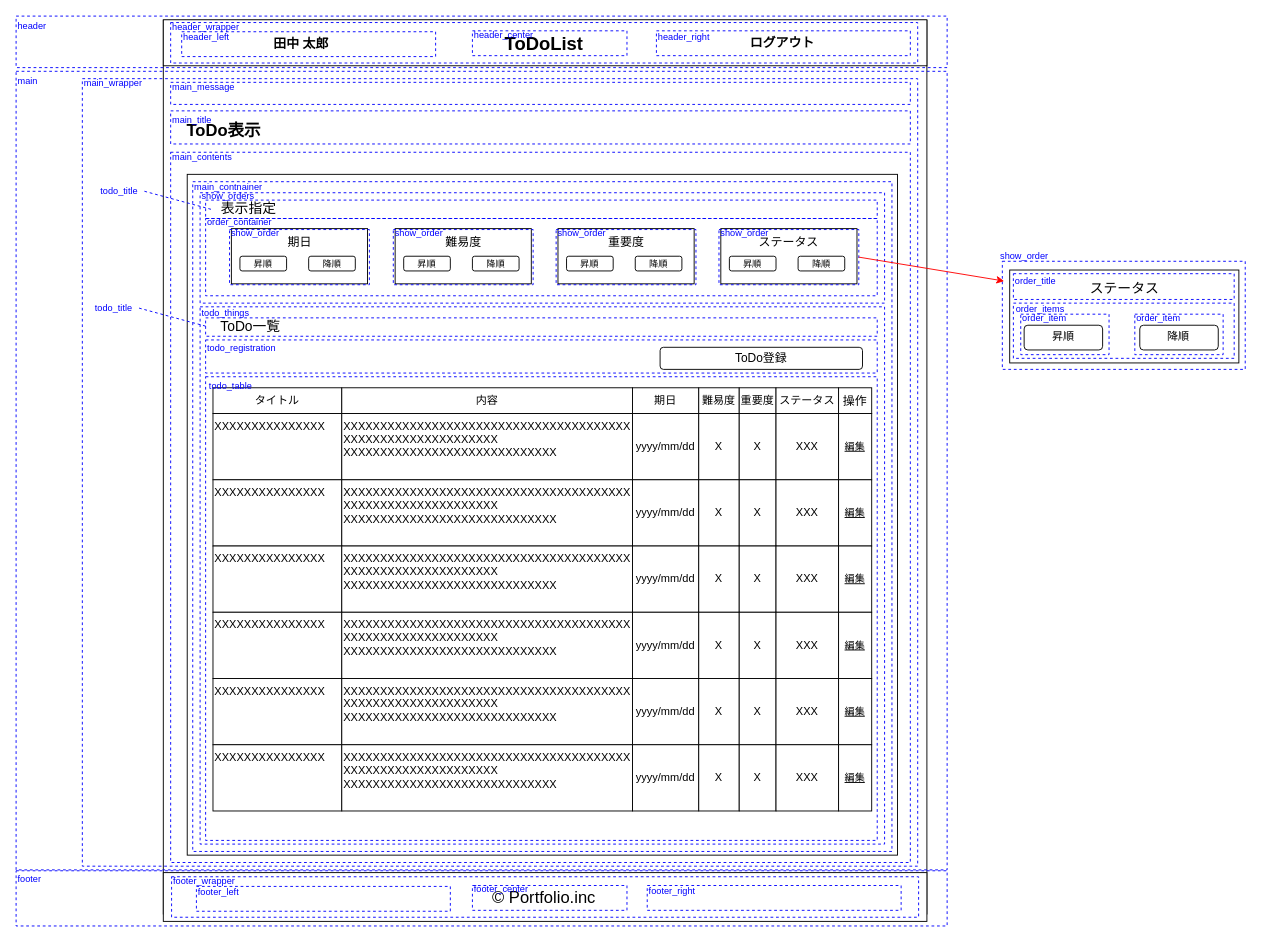
RRRYOOO/portfolio keeps this draw.io diagram as portfolio03/01/layout/todo_show/portfolio03_01_todo_show_detail.drawio. Above is the earlier version. Source tidied: cells renumbered, new cells numbered last; positions are measured from the earlier drawing's top-left corner, leaving out a move shared by most shapes. Both pictures are drawn from the tidied source at 92%, with x=0, y=0 at pixel (16, 16).
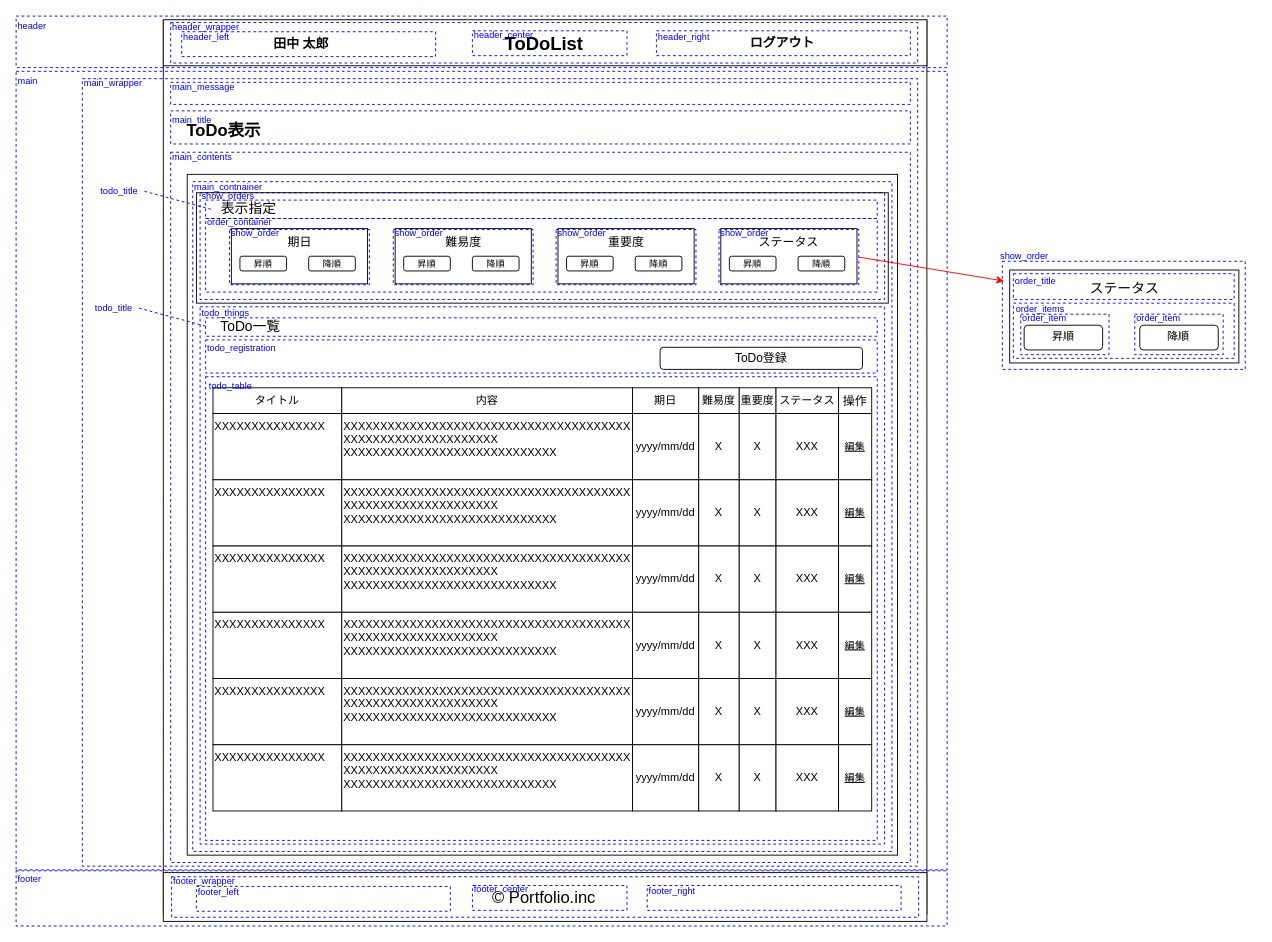
The same page after the edit.

Diff of the diagram source:
```diff
@@
     <mxCell id="131" style="rounded=0;whiteSpace=wrap;html=1;dashed=1;fillColor=none;strokeColor=#0000FF;" parent="1" vertex="1">
-      <mxGeometry x="200" y="192" width="744" height="120" as="geometry" />
+      <mxGeometry x="200" y="192" width="744" height="116" as="geometry" />
     </mxCell>
@@
     <mxCell id="135" style="rounded=0;whiteSpace=wrap;html=1;dashed=1;fillColor=none;strokeColor=#0000FF;" parent="1" vertex="1">
-      <mxGeometry x="206" y="220" width="730" height="84" as="geometry" />
+      <mxGeometry x="206" y="220" width="730" height="80" as="geometry" />
     </mxCell>
@@
+    <mxCell id="172" style="rounded=0;whiteSpace=wrap;html=1;strokeWidth=1;fillColor=none;" parent="1" vertex="1">
+      <mxGeometry x="196" y="192" width="752" height="120" as="geometry" />
+    </mxCell>
```
